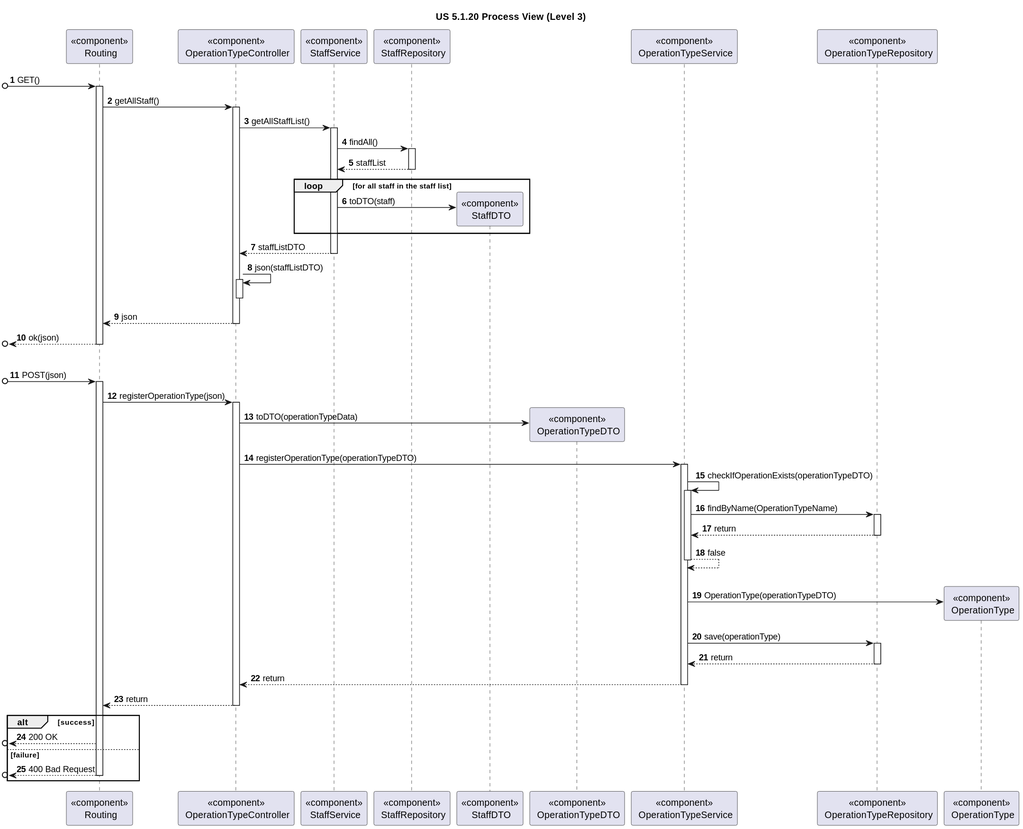
Before: docs/sprint-1/1220683/us-5.1.20/diagrams/Process_View/Level-3/us20-process-view-level3.svg, a diagram exported from PlantUML (rita-barbosa/LAPR5-2425).
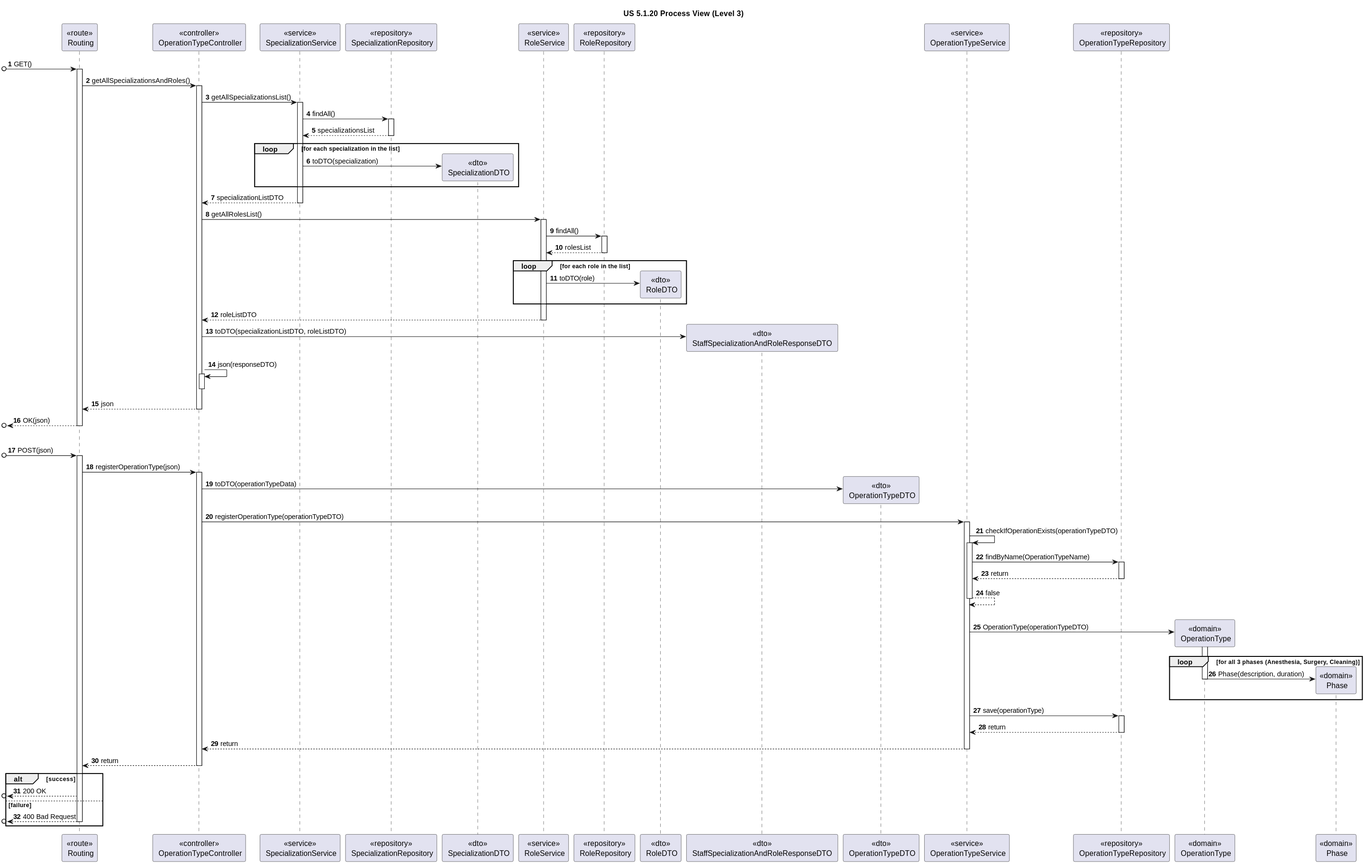
Later version of the same file.

Commit message:
DG38-192 | docs: diagrams corrections + readme update

Change to the diagram source:
```diff
@@ -4,50 +4,78 @@
 
 autonumber
 
-participant "<<component>>\n Routing" as ROUTE
-participant "<<component>>\n OperationTypeController" as CONTROL
+participant "<<route>>\n Routing" as ROUTE
+participant "<<controller>>\n OperationTypeController" as CONTROL
 
-participant "<<component>>\n StaffService" as STAFFServ
-participant "<<component>>\n StaffRepository" as STAFFRepo
-participant "<<component>>\n StaffDTO" as STAFFDTO
+participant "<<service>>\n SpecializationService" as SpecializationServ
+participant "<<repository>>\n SpecializationRepository" as SpecializationRepo
+participant "<<dto>>\n SpecializationDTO" as SpecializationDTO
 
-participant "<<component>>\n OperationTypeDTO" as OPTYDTO
-participant "<<component>>\n OperationTypeService" as OPTYServ
-participant "<<component>>\n OperationTypeRepository" as OPTYRepo
-participant "<<component>>\n OperationType" as OPTY
+participant "<<service>>\n RoleService" as RoleServ
+participant "<<repository>>\n RoleRepository" as RoleRepo
+participant "<<dto>>\n RoleDTO" as RoleDTO
+
+
+participant "<<dto>>\n StaffSpecializationAndRoleResponseDTO " as ResponseDTO
+
+participant "<<dto>>\n OperationTypeDTO" as OPTYDTO
+participant "<<service>>\n OperationTypeService" as OPTYServ
+participant "<<repository>>\n OperationTypeRepository" as OPTYRepo
+participant "<<domain>>\n OperationType" as OPTY
+
+participant "<<domain>>\n Phase" as PHASE
 
 
 [o-> ROUTE : GET()
 activate ROUTE
 
-ROUTE -> CONTROL : getAllStaff()
+ROUTE -> CONTROL : getAllSpecializationsAndRoles()
 activate CONTROL
 
-CONTROL -> STAFFServ : getAllStaffList()
-activate STAFFServ
+CONTROL -> SpecializationServ : getAllSpecializationsList()
+activate SpecializationServ
 
-STAFFServ -> STAFFRepo : findAll()
-activate STAFFRepo
+SpecializationServ -> SpecializationRepo : findAll()
+activate SpecializationRepo
 
-STAFFRepo --> STAFFServ : staffList
-deactivate STAFFRepo
+SpecializationRepo --> SpecializationServ : specializationsList
+deactivate SpecializationRepo
 
-loop for all staff in the staff list
+loop for each specialization in the list
 
-STAFFServ -> STAFFDTO ** : toDTO(staff)
+SpecializationServ -> SpecializationDTO ** : toDTO(specialization)
 end loop
 
-STAFFServ --> CONTROL : staffListDTO
-deactivate STAFFServ
+SpecializationServ --> CONTROL : specializationListDTO
+deactivate SpecializationServ
 
-CONTROL -> CONTROL : json(staffListDTO)
+CONTROL -> RoleServ : getAllRolesList()
+activate RoleServ
+
+RoleServ -> RoleRepo : findAll()
+activate RoleRepo
+
+RoleRepo --> RoleServ : rolesList
+deactivate RoleRepo
+
+loop for each role in the list
+
+RoleServ -> RoleDTO ** : toDTO(role)
+end loop
+
+RoleServ --> CONTROL : roleListDTO
+deactivate RoleServ
+
+CONTROL -> ResponseDTO ** : toDTO(specializationListDTO, roleListDTO)
+
+CONTROL -> CONTROL : json(responseDTO)
 activate CONTROL
 deactivate CONTROL
 
 CONTROL --> ROUTE : json
 deactivate CONTROL
 
-[o<-- ROUTE : ok(json)
+[o<-- ROUTE : OK(json)
 deactivate ROUTE
 
 |||
@@ -79,6 +107,13 @@
 |||
 
 OPTYServ -> OPTY ** : OperationType(operationTypeDTO)
+activate OPTY
+
+loop for all 3 phases (Anesthesia, Surgery, Cleaning)
+
+OPTY -> PHASE ** : Phase(description, duration)
+deactivate OPTY
+end loop
 
 OPTYServ -> OPTYRepo : save(operationType)
 activate OPTYRepo
```
